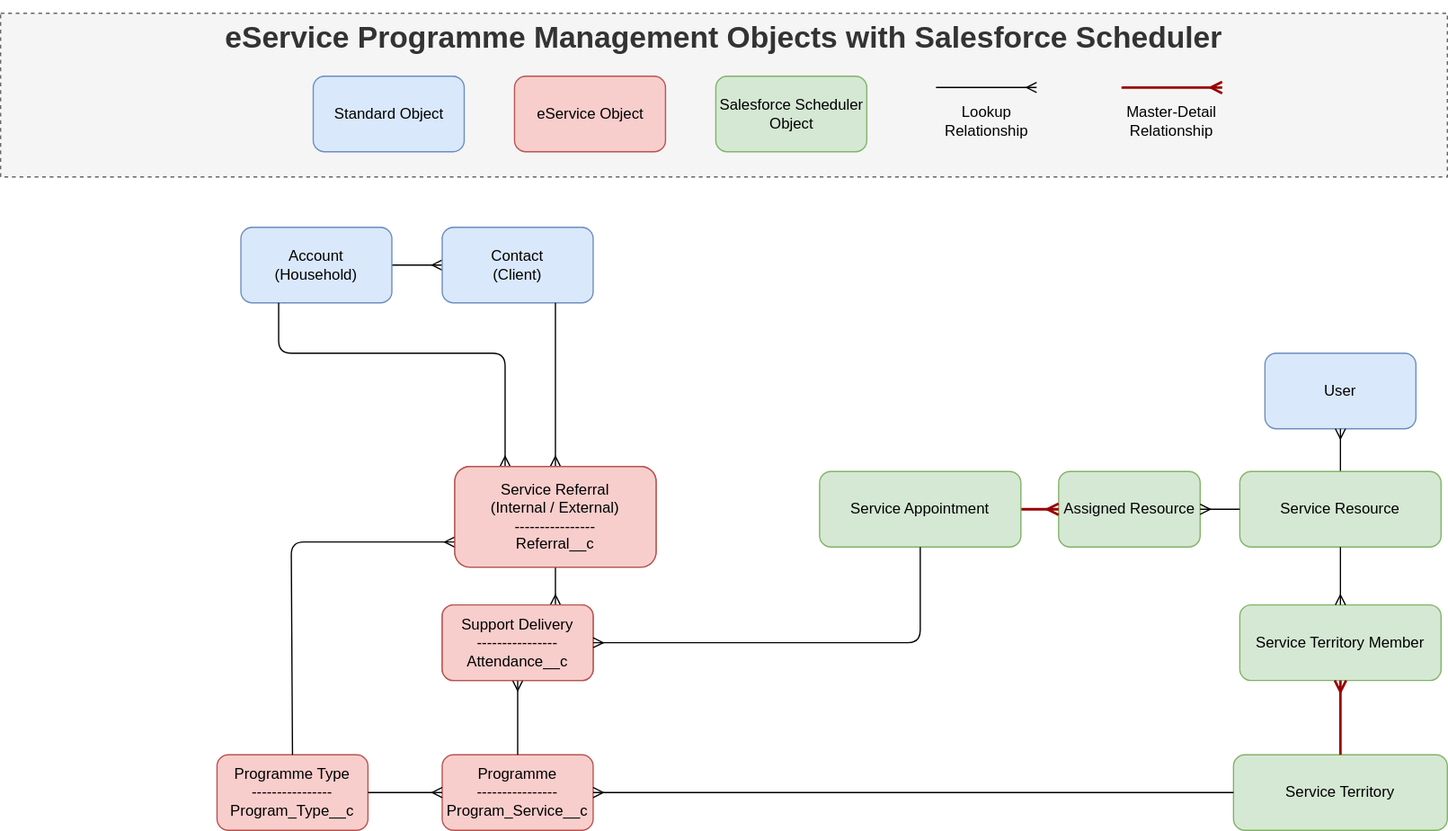
Above: docs/ERD.drawio.svg in Enclude-Components/eService-Scheduler (draw.io), before the change. Source tidied: cells renumbered, new cells last; positions are measured from the earlier drawing's top-left corner, leaving out a move shared by most shapes. Its diagram source:
```xml
<mxGraphModel>
  <root>
    <mxCell id="0" />
    <mxCell id="1" parent="0" />
    <mxCell id="2" value="&lt;h1&gt;eService Programme Management Objects with Salesforce Scheduler&lt;/h1&gt;" style="text;html=1;strokeColor=#666666;fillColor=#f5f5f5;spacing=5;spacingTop=-20;whiteSpace=wrap;overflow=hidden;rounded=0;shadow=0;dashed=1;align=center;fontColor=#333333;" parent="1" vertex="1">
      <mxGeometry width="1150" height="130" as="geometry" />
    </mxCell>
    <mxCell id="3" style="edgeStyle=none;html=1;endArrow=ERmany;endFill=0;entryX=0;entryY=0.5;entryDx=0;entryDy=0;exitX=1;exitY=0.5;exitDx=0;exitDy=0;" parent="1" edge="1" source="4" target="5">
      <mxGeometry relative="1" as="geometry" />
    </mxCell>
    <mxCell id="4" value="Account&lt;br&gt;(Household)" style="rounded=1;whiteSpace=wrap;html=1;fillColor=#dae8fc;strokeColor=#6c8ebf;" parent="1" vertex="1">
      <mxGeometry x="191" y="170" width="120" height="60" as="geometry" />
    </mxCell>
    <mxCell id="5" value="Contact&lt;br&gt;(Client)" style="rounded=1;whiteSpace=wrap;html=1;fillColor=#dae8fc;strokeColor=#6c8ebf;" parent="1" vertex="1">
      <mxGeometry x="351" y="170" width="120" height="60" as="geometry" />
    </mxCell>
    <mxCell id="6" value="Attendance / Intervention&lt;br&gt;----------------&lt;br&gt;Attendance__c" style="rounded=1;whiteSpace=wrap;html=1;fillColor=#f8cecc;strokeColor=#b85450;" parent="1" vertex="1">
      <mxGeometry x="351" y="470" width="120" height="60" as="geometry" />
    </mxCell>
    <mxCell id="7" value="Programme&lt;br&gt;----------------&lt;br style=&quot;border-color: var(--border-color);&quot;&gt;Program_Service__c" style="rounded=1;whiteSpace=wrap;html=1;fillColor=#f8cecc;strokeColor=#b85450;" parent="1" vertex="1">
      <mxGeometry x="351" y="589" width="120" height="60" as="geometry" />
    </mxCell>
    <mxCell id="8" style="edgeStyle=none;html=1;endArrow=ERmany;endFill=0;exitX=0.5;exitY=1;exitDx=0;exitDy=0;entryX=0.75;entryY=0;entryDx=0;entryDy=0;fillColor=#ffe6cc;strokeColor=#000000;strokeWidth=1;" parent="1" edge="1" source="11" target="6">
      <mxGeometry relative="1" as="geometry" />
    </mxCell>
    <mxCell id="9" value="Standard Object" style="rounded=1;whiteSpace=wrap;html=1;fillColor=#dae8fc;strokeColor=#6c8ebf;" parent="1" vertex="1">
      <mxGeometry x="248.5" y="50" width="120" height="60" as="geometry" />
    </mxCell>
    <mxCell id="10" value="eService Object" style="rounded=1;whiteSpace=wrap;html=1;fillColor=#f8cecc;strokeColor=#b85450;" parent="1" vertex="1">
      <mxGeometry x="408.5" y="50" width="120" height="60" as="geometry" />
    </mxCell>
    <mxCell id="11" value="Service Referral&lt;br&gt;(Internal / External)&lt;br&gt;----------------&lt;br&gt;Referral__c" style="rounded=1;whiteSpace=wrap;html=1;fillColor=#f8cecc;strokeColor=#b85450;" parent="1" vertex="1">
      <mxGeometry x="361" y="360" width="160" height="80" as="geometry" />
    </mxCell>
    <mxCell id="12" style="edgeStyle=none;html=1;endArrow=ERmany;endFill=0;exitX=0.75;exitY=1;exitDx=0;exitDy=0;strokeWidth=1;strokeColor=#000000;entryX=0.5;entryY=0;entryDx=0;entryDy=0;" parent="1" edge="1" source="5" target="11">
      <mxGeometry relative="1" as="geometry" />
    </mxCell>
    <mxCell id="13" value="Programme Type&lt;br&gt;----------------&lt;br&gt;Program_Type__c" style="rounded=1;whiteSpace=wrap;html=1;fillColor=#f8cecc;strokeColor=#b85450;" parent="1" vertex="1">
      <mxGeometry x="172" y="589" width="120" height="60" as="geometry" />
    </mxCell>
    <mxCell id="14" style="edgeStyle=none;html=1;endArrow=ERmany;endFill=0;entryX=0.5;entryY=1;entryDx=0;entryDy=0;fillColor=#ffe6cc;strokeColor=#000000;strokeWidth=1;exitX=0.5;exitY=0;exitDx=0;exitDy=0;" parent="1" edge="1" source="7" target="23">
      <mxGeometry relative="1" as="geometry" />
    </mxCell>
    <mxCell id="15" style="edgeStyle=none;html=1;endArrow=ERmany;endFill=0;entryX=0;entryY=0.5;entryDx=0;entryDy=0;exitX=1;exitY=0.5;exitDx=0;exitDy=0;" parent="1" edge="1" source="13" target="7">
      <mxGeometry relative="1" as="geometry" />
    </mxCell>
    <mxCell id="16" style="edgeStyle=none;html=1;endArrow=ERmany;endFill=0;strokeWidth=1;strokeColor=#000000;" parent="1" edge="1">
      <mxGeometry relative="1" as="geometry">
        <mxPoint x="743.5" y="59" as="sourcePoint" />
        <mxPoint x="823.5" y="59" as="targetPoint" />
      </mxGeometry>
    </mxCell>
    <mxCell id="17" value="Lookup Relationship" style="text;html=1;strokeColor=none;fillColor=none;align=center;verticalAlign=middle;whiteSpace=wrap;rounded=0;" parent="1" vertex="1">
      <mxGeometry x="733.5" y="71" width="100" height="30" as="geometry" />
    </mxCell>
    <mxCell id="18" value="Service Territory" style="rounded=1;whiteSpace=wrap;html=1;fillColor=#d5e8d4;strokeColor=#82b366;" parent="1" vertex="1">
      <mxGeometry x="980" y="589" width="170" height="60" as="geometry" />
    </mxCell>
    <mxCell id="19" style="edgeStyle=none;html=1;endArrow=ERmany;endFill=0;fillColor=#ffe6cc;strokeColor=#000000;strokeWidth=1;exitX=0.5;exitY=0;exitDx=0;exitDy=0;" parent="1" edge="1" source="13">
      <mxGeometry relative="1" as="geometry">
        <mxPoint x="361" y="420" as="targetPoint" />
        <Array as="points">
          <mxPoint x="231" y="420" />
        </Array>
      </mxGeometry>
    </mxCell>
    <mxCell id="20" value="Service Territory Member" style="rounded=1;whiteSpace=wrap;html=1;fillColor=#d5e8d4;strokeColor=#82b366;" parent="1" vertex="1">
      <mxGeometry x="985" y="470" width="160" height="60" as="geometry" />
    </mxCell>
    <mxCell id="21" value="Salesforce Scheduler Object" style="rounded=1;whiteSpace=wrap;html=1;fillColor=#d5e8d4;strokeColor=#82b366;" parent="1" vertex="1">
      <mxGeometry x="568.5" y="50" width="120" height="60" as="geometry" />
    </mxCell>
    <mxCell id="22" style="edgeStyle=none;html=1;endArrow=ERmany;endFill=0;strokeWidth=1;strokeColor=#000000;exitX=0.25;exitY=1;exitDx=0;exitDy=0;entryX=0.25;entryY=0;entryDx=0;entryDy=0;" parent="1" edge="1" source="4" target="11">
      <mxGeometry relative="1" as="geometry">
        <Array as="points">
          <mxPoint x="221" y="270" />
          <mxPoint x="401" y="270" />
        </Array>
      </mxGeometry>
    </mxCell>
    <mxCell id="23" value="Support Delivery&lt;br&gt;----------------&lt;br&gt;Attendance__c" style="rounded=1;whiteSpace=wrap;html=1;fillColor=#f8cecc;strokeColor=#b85450;" parent="1" vertex="1">
      <mxGeometry x="351" y="470" width="120" height="60" as="geometry" />
    </mxCell>
    <mxCell id="24" style="edgeStyle=none;html=1;endArrow=ERmany;endFill=0;fillColor=#ffe6cc;strokeColor=#000000;strokeWidth=1;entryX=1;entryY=0.5;entryDx=0;entryDy=0;exitX=0;exitY=0.5;exitDx=0;exitDy=0;" parent="1" edge="1" source="18" target="7">
      <mxGeometry relative="1" as="geometry" />
    </mxCell>
    <mxCell id="25" value="Service Referral&lt;br&gt;(Internal / External)&lt;br&gt;----------------&lt;br&gt;Referral__c" style="rounded=1;whiteSpace=wrap;html=1;fillColor=#f8cecc;strokeColor=#b85450;" parent="1" vertex="1">
      <mxGeometry x="361" y="360" width="160" height="80" as="geometry" />
    </mxCell>
    <mxCell id="26" value="User" style="rounded=1;whiteSpace=wrap;html=1;fillColor=#dae8fc;strokeColor=#6c8ebf;" parent="1" vertex="1">
      <mxGeometry x="1005" y="270" width="120" height="60" as="geometry" />
    </mxCell>
    <mxCell id="27" style="edgeStyle=none;html=1;endArrow=ERmany;endFill=0;exitX=0.5;exitY=0;exitDx=0;exitDy=0;entryX=0.5;entryY=1;entryDx=0;entryDy=0;" parent="1" edge="1" source="28" target="26">
      <mxGeometry relative="1" as="geometry" />
    </mxCell>
    <mxCell id="28" value="Service Resource" style="rounded=1;whiteSpace=wrap;html=1;fillColor=#d5e8d4;strokeColor=#82b366;" parent="1" vertex="1">
      <mxGeometry x="985" y="364" width="160" height="60" as="geometry" />
    </mxCell>
    <mxCell id="29" style="edgeStyle=none;html=1;endArrow=ERmany;endFill=0;strokeWidth=2;strokeColor=#990000;" parent="1" edge="1">
      <mxGeometry relative="1" as="geometry">
        <mxPoint x="891" y="59" as="sourcePoint" />
        <mxPoint x="971" y="59" as="targetPoint" />
      </mxGeometry>
    </mxCell>
    <mxCell id="30" value="Master-Detail&lt;div&gt;Relationship&lt;/div&gt;" style="text;html=1;strokeColor=none;fillColor=none;align=center;verticalAlign=middle;whiteSpace=wrap;rounded=0;" parent="1" vertex="1">
      <mxGeometry x="881" y="71" width="100" height="30" as="geometry" />
    </mxCell>
    <mxCell id="31" style="edgeStyle=none;html=1;endArrow=ERmany;endFill=0;strokeWidth=1;strokeColor=#000000;entryX=0.5;entryY=0;entryDx=0;entryDy=0;exitX=0.5;exitY=1;exitDx=0;exitDy=0;" parent="1" edge="1" source="28" target="20">
      <mxGeometry relative="1" as="geometry" />
    </mxCell>
    <mxCell id="32" style="edgeStyle=none;html=1;endArrow=ERmany;endFill=0;strokeWidth=2;strokeColor=#990000;entryX=0.5;entryY=1;entryDx=0;entryDy=0;exitX=0.5;exitY=0;exitDx=0;exitDy=0;" parent="1" edge="1" source="18" target="20">
      <mxGeometry relative="1" as="geometry" />
    </mxCell>
    <mxCell id="33" value="Assigned Resource" style="rounded=1;whiteSpace=wrap;html=1;fillColor=#d5e8d4;strokeColor=#82b366;" parent="1" vertex="1">
      <mxGeometry x="841" y="364" width="112.5" height="60" as="geometry" />
    </mxCell>
    <mxCell id="34" style="edgeStyle=none;html=1;endArrow=ERmany;endFill=0;strokeWidth=2;strokeColor=#990000;entryX=0;entryY=0.5;entryDx=0;entryDy=0;exitX=1;exitY=0.5;exitDx=0;exitDy=0;" parent="1" edge="1" source="35" target="33">
      <mxGeometry relative="1" as="geometry" />
    </mxCell>
    <mxCell id="35" value="Service Appointment" style="rounded=1;whiteSpace=wrap;html=1;fillColor=#d5e8d4;strokeColor=#82b366;" parent="1" vertex="1">
      <mxGeometry x="651" y="364" width="160" height="60" as="geometry" />
    </mxCell>
    <mxCell id="36" style="edgeStyle=none;html=1;endArrow=ERmany;endFill=0;strokeWidth=1;strokeColor=#000000;entryX=1;entryY=0.5;entryDx=0;entryDy=0;exitX=0;exitY=0.5;exitDx=0;exitDy=0;" parent="1" edge="1" source="28" target="33">
      <mxGeometry relative="1" as="geometry" />
    </mxCell>
    <mxCell id="37" style="edgeStyle=none;html=1;endArrow=ERmany;endFill=0;entryX=1;entryY=0.5;entryDx=0;entryDy=0;fillColor=#ffe6cc;strokeColor=#000000;strokeWidth=1;exitX=0.5;exitY=1;exitDx=0;exitDy=0;" parent="1" edge="1" source="35" target="23">
      <mxGeometry relative="1" as="geometry">
        <Array as="points">
          <mxPoint x="731" y="500" />
        </Array>
      </mxGeometry>
    </mxCell>
  </root>
</mxGraphModel>
```
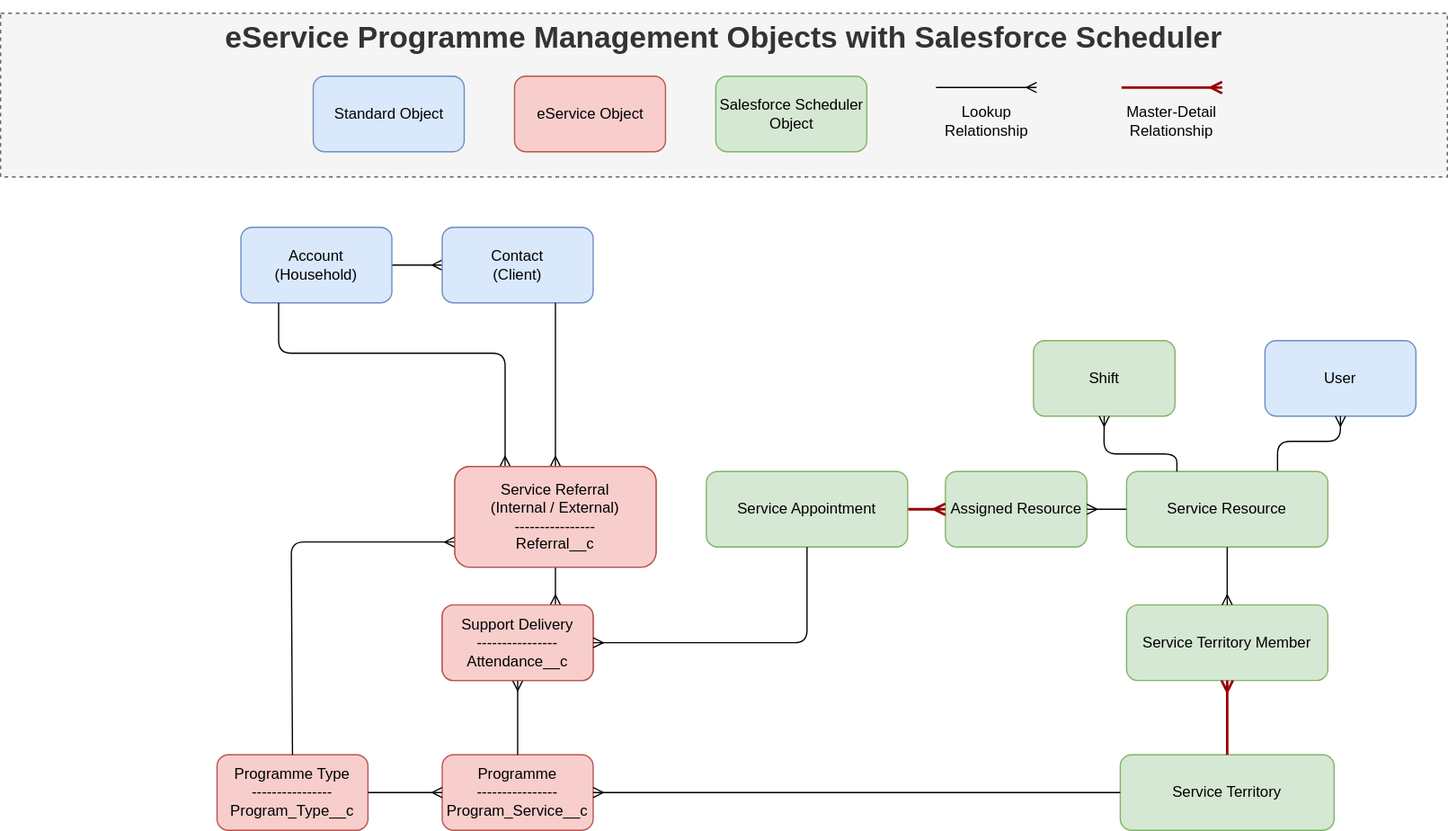
Later version of the same file.

Diff of the diagram source:
```diff
@@ -54,7 +54,7 @@
       <mxGeometry x="733.5" y="71" width="100" height="30" as="geometry" />
     </mxCell>
     <mxCell id="18" value="Service Territory" style="rounded=1;whiteSpace=wrap;html=1;fillColor=#d5e8d4;strokeColor=#82b366;" parent="1" vertex="1">
-      <mxGeometry x="980" y="589" width="170" height="60" as="geometry" />
+      <mxGeometry x="890" y="589" width="170" height="60" as="geometry" />
     </mxCell>
     <mxCell id="19" style="edgeStyle=none;html=1;endArrow=ERmany;endFill=0;fillColor=#ffe6cc;strokeColor=#000000;strokeWidth=1;exitX=0.5;exitY=0;exitDx=0;exitDy=0;" parent="1" edge="1" source="13">
       <mxGeometry relative="1" as="geometry">
@@ -65,7 +65,7 @@
       </mxGeometry>
     </mxCell>
     <mxCell id="20" value="Service Territory Member" style="rounded=1;whiteSpace=wrap;html=1;fillColor=#d5e8d4;strokeColor=#82b366;" parent="1" vertex="1">
-      <mxGeometry x="985" y="470" width="160" height="60" as="geometry" />
+      <mxGeometry x="895" y="470" width="160" height="60" as="geometry" />
     </mxCell>
     <mxCell id="21" value="Salesforce Scheduler Object" style="rounded=1;whiteSpace=wrap;html=1;fillColor=#d5e8d4;strokeColor=#82b366;" parent="1" vertex="1">
       <mxGeometry x="568.5" y="50" width="120" height="60" as="geometry" />
@@ -88,13 +88,18 @@
       <mxGeometry x="361" y="360" width="160" height="80" as="geometry" />
     </mxCell>
     <mxCell id="26" value="User" style="rounded=1;whiteSpace=wrap;html=1;fillColor=#dae8fc;strokeColor=#6c8ebf;" parent="1" vertex="1">
-      <mxGeometry x="1005" y="270" width="120" height="60" as="geometry" />
+      <mxGeometry x="1005" y="260" width="120" height="60" as="geometry" />
     </mxCell>
-    <mxCell id="27" style="edgeStyle=none;html=1;endArrow=ERmany;endFill=0;exitX=0.5;exitY=0;exitDx=0;exitDy=0;entryX=0.5;entryY=1;entryDx=0;entryDy=0;" parent="1" edge="1" source="28" target="26">
-      <mxGeometry relative="1" as="geometry" />
+    <mxCell id="27" style="edgeStyle=none;html=1;endArrow=ERmany;endFill=0;exitX=0.75;exitY=0;exitDx=0;exitDy=0;entryX=0.5;entryY=1;entryDx=0;entryDy=0;" parent="1" edge="1" source="28" target="26">
+      <mxGeometry relative="1" as="geometry">
+        <Array as="points">
+          <mxPoint x="1015" y="340" />
+          <mxPoint x="1065" y="340" />
+        </Array>
+      </mxGeometry>
     </mxCell>
     <mxCell id="28" value="Service Resource" style="rounded=1;whiteSpace=wrap;html=1;fillColor=#d5e8d4;strokeColor=#82b366;" parent="1" vertex="1">
-      <mxGeometry x="985" y="364" width="160" height="60" as="geometry" />
+      <mxGeometry x="895" y="364" width="160" height="60" as="geometry" />
     </mxCell>
     <mxCell id="29" style="edgeStyle=none;html=1;endArrow=ERmany;endFill=0;strokeWidth=2;strokeColor=#990000;" parent="1" edge="1">
       <mxGeometry relative="1" as="geometry">
@@ -112,13 +117,13 @@
       <mxGeometry relative="1" as="geometry" />
     </mxCell>
     <mxCell id="33" value="Assigned Resource" style="rounded=1;whiteSpace=wrap;html=1;fillColor=#d5e8d4;strokeColor=#82b366;" parent="1" vertex="1">
-      <mxGeometry x="841" y="364" width="112.5" height="60" as="geometry" />
+      <mxGeometry x="751" y="364" width="112.5" height="60" as="geometry" />
     </mxCell>
     <mxCell id="34" style="edgeStyle=none;html=1;endArrow=ERmany;endFill=0;strokeWidth=2;strokeColor=#990000;entryX=0;entryY=0.5;entryDx=0;entryDy=0;exitX=1;exitY=0.5;exitDx=0;exitDy=0;" parent="1" edge="1" source="35" target="33">
       <mxGeometry relative="1" as="geometry" />
     </mxCell>
     <mxCell id="35" value="Service Appointment" style="rounded=1;whiteSpace=wrap;html=1;fillColor=#d5e8d4;strokeColor=#82b366;" parent="1" vertex="1">
-      <mxGeometry x="651" y="364" width="160" height="60" as="geometry" />
+      <mxGeometry x="561" y="364" width="160" height="60" as="geometry" />
     </mxCell>
     <mxCell id="36" style="edgeStyle=none;html=1;endArrow=ERmany;endFill=0;strokeWidth=1;strokeColor=#000000;entryX=1;entryY=0.5;entryDx=0;entryDy=0;exitX=0;exitY=0.5;exitDx=0;exitDy=0;" parent="1" edge="1" source="28" target="33">
       <mxGeometry relative="1" as="geometry" />
@@ -126,9 +131,20 @@
     <mxCell id="37" style="edgeStyle=none;html=1;endArrow=ERmany;endFill=0;entryX=1;entryY=0.5;entryDx=0;entryDy=0;fillColor=#ffe6cc;strokeColor=#000000;strokeWidth=1;exitX=0.5;exitY=1;exitDx=0;exitDy=0;" parent="1" edge="1" source="35" target="23">
       <mxGeometry relative="1" as="geometry">
         <Array as="points">
-          <mxPoint x="731" y="500" />
+          <mxPoint x="641" y="500" />
         </Array>
       </mxGeometry>
     </mxCell>
+    <mxCell id="38" value="Shift" style="rounded=1;whiteSpace=wrap;html=1;fillColor=#d5e8d4;strokeColor=#82b366;" parent="1" vertex="1">
+      <mxGeometry x="821" y="260" width="112.5" height="60" as="geometry" />
+    </mxCell>
+    <mxCell id="39" style="edgeStyle=none;html=1;endArrow=ERmany;endFill=0;entryX=0.5;entryY=1;entryDx=0;entryDy=0;exitX=0.25;exitY=0;exitDx=0;exitDy=0;" parent="1" edge="1" source="28" target="38">
+      <mxGeometry relative="1" as="geometry">
+        <Array as="points">
+          <mxPoint x="935" y="350" />
+          <mxPoint x="877" y="350" />
+        </Array>
+      </mxGeometry>
+    </mxCell>
   </root>
 </mxGraphModel>
```
